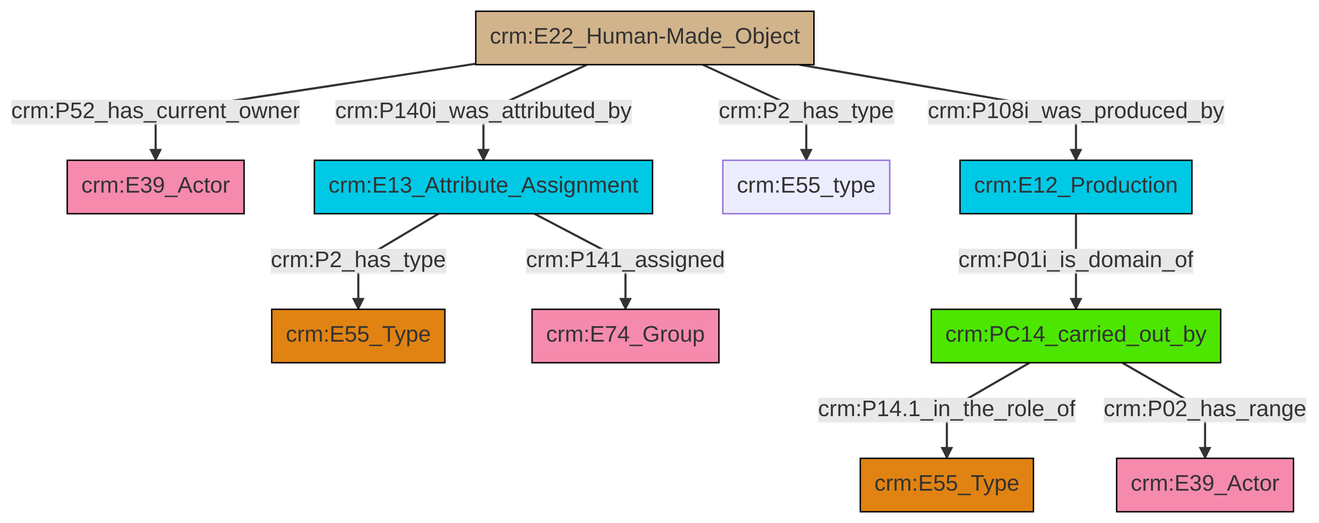
Before: et/builtWorkCSV/ttl/mmd/png/Built_Work_actor_relations.png, a diagram exported from Mermaid (swiss-art-research-net/reference-data-models). Its source is kept beside it as et/builtWorkCSV/ttl/mmd/Built_Work_actor_relations.ttl.mmd.
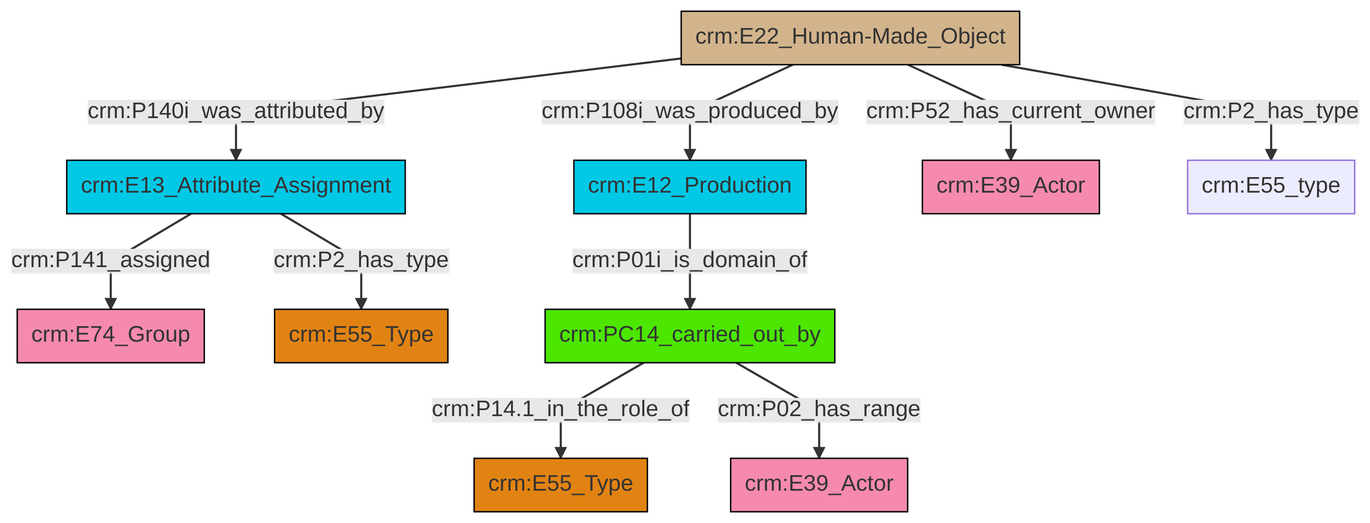
Later version of the same file.

The edit, as a diff of the source:
```diff
@@ -13,12 +13,12 @@
 classDef PC_Classes fill:#4ce600, stroke:#000000;
 classDef Multi fill:#cccccc,stroke:#000000;
 
-2["crm:E22_Human-Made_Object"]:::Physical_Thing -->|crm:P52_has_current_owner| 3["crm:E39_Actor"]:::Actor
-2["crm:E22_Human-Made_Object"]:::Physical_Thing -->|crm:P108i_was_produced_by| 6["crm:E12_Production"]:::Temporal_Entity
-2["crm:E22_Human-Made_Object"]:::Physical_Thing -->|crm:P2_has_type| 11["crm:E55_type"]:::Default
-14["crm:E13_Attribute_Assignment"]:::Temporal_Entity -->|crm:P2_has_type| 0["crm:E55_Type"]:::Type
-12["crm:PC14_carried_out_by"]:::PC_Classes -->|crm:P14.1_in_the_role_of| 9["crm:E55_Type"]:::Type
-14["crm:E13_Attribute_Assignment"]:::Temporal_Entity -->|crm:P141_assigned| 4["crm:E74_Group"]:::Actor
-12["crm:PC14_carried_out_by"]:::PC_Classes -->|crm:P02_has_range| 15["crm:E39_Actor"]:::Actor
-6["crm:E12_Production"]:::Temporal_Entity -->|crm:P01i_is_domain_of| 12["crm:PC14_carried_out_by"]:::PC_Classes
-2["crm:E22_Human-Made_Object"]:::Physical_Thing -->|crm:P140i_was_attributed_by| 14["crm:E13_Attribute_Assignment"]:::Temporal_Entity
+0["crm:E22_Human-Made_Object"]:::Physical_Thing -->|crm:P108i_was_produced_by| 1["crm:E12_Production"]:::Temporal_Entity
+2["crm:E13_Attribute_Assignment"]:::Temporal_Entity -->|crm:P141_assigned| 3["crm:E74_Group"]:::Actor
+0["crm:E22_Human-Made_Object"]:::Physical_Thing -->|crm:P140i_was_attributed_by| 2["crm:E13_Attribute_Assignment"]:::Temporal_Entity
+0["crm:E22_Human-Made_Object"]:::Physical_Thing -->|crm:P52_has_current_owner| 6["crm:E39_Actor"]:::Actor
+13["crm:PC14_carried_out_by"]:::PC_Classes -->|crm:P14.1_in_the_role_of| 4["crm:E55_Type"]:::Type
+2["crm:E13_Attribute_Assignment"]:::Temporal_Entity -->|crm:P2_has_type| 11["crm:E55_Type"]:::Type
+0["crm:E22_Human-Made_Object"]:::Physical_Thing -->|crm:P2_has_type| 14["crm:E55_type"]:::Default
+1["crm:E12_Production"]:::Temporal_Entity -->|crm:P01i_is_domain_of| 13["crm:PC14_carried_out_by"]:::PC_Classes
+13["crm:PC14_carried_out_by"]:::PC_Classes -->|crm:P02_has_range| 8["crm:E39_Actor"]:::Actor
```
